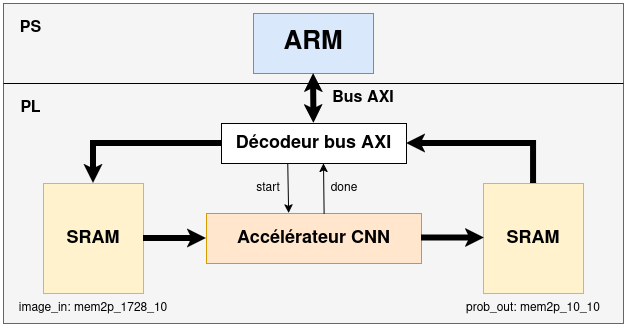
Earlier version of the draw.io export doc/system_hw_sw.png (ammrlhkm/3a-cnn-zybo). Source tidied: cells renumbered, new cells last; positions are measured from the earlier drawing's top-left corner, leaving out a move shared by most shapes. Source of this version:
```xml
<mxGraphModel>
  <root>
    <mxCell id="0" />
    <mxCell id="1" parent="0" />
    <mxCell id="2" style="rounded=0;whiteSpace=wrap;html=1;fillColor=#f5f5f5;strokeColor=#666666;fontColor=#333333;" parent="1" vertex="1">
      <mxGeometry width="620" height="320" as="geometry" />
    </mxCell>
    <mxCell id="3" style="endArrow=none;html=1;rounded=0;entryX=1;entryY=0.25;entryDx=0;entryDy=0;exitX=0;exitY=0.25;exitDx=0;exitDy=0;" parent="1" edge="1" source="2" target="2">
      <mxGeometry relative="1" as="geometry" />
    </mxCell>
    <mxCell id="4" value="&lt;font face=&quot;Helvetica&quot;&gt;&lt;b&gt;&lt;font style=&quot;font-size: 26px; line-height: 100%;&quot;&gt;ARM&lt;/font&gt;&lt;/b&gt;&lt;/font&gt;" style="rounded=0;whiteSpace=wrap;html=1;fillColor=#dae8fc;strokeColor=#6c8ebf;" parent="1" vertex="1">
      <mxGeometry x="250" y="10" width="120" height="60" as="geometry" />
    </mxCell>
    <mxCell id="5" style="endArrow=classic;startArrow=classic;html=1;rounded=0;entryX=0.5;entryY=1;entryDx=0;entryDy=0;strokeWidth=6;startSize=0;endSize=0;exitX=0.5;exitY=0;exitDx=0;exitDy=0;" parent="1" edge="1" source="6" target="4">
      <mxGeometry relative="1" as="geometry" />
    </mxCell>
    <mxCell id="6" value="&lt;font face=&quot;Helvetica&quot;&gt;&lt;b&gt;&lt;font style=&quot;line-height: 100%;&quot;&gt;Décodeur bus AXI&lt;/font&gt;&lt;/b&gt;&lt;/font&gt;" style="rounded=0;whiteSpace=wrap;html=1;fontSize=18;" parent="1" vertex="1">
      <mxGeometry x="218" y="120" width="185" height="40" as="geometry" />
    </mxCell>
    <mxCell id="7" value="&lt;font face=&quot;Helvetica&quot;&gt;&lt;b&gt;&lt;font style=&quot;line-height: 100%;&quot;&gt;Accélérateur CNN&lt;/font&gt;&lt;/b&gt;&lt;/font&gt;" style="rounded=0;whiteSpace=wrap;html=1;fontSize=18;fillColor=#ffe6cc;strokeColor=#d79b00;" parent="1" vertex="1">
      <mxGeometry x="203" y="210" width="215" height="50" as="geometry" />
    </mxCell>
    <mxCell id="8" value="&lt;font face=&quot;Helvetica&quot;&gt;&lt;b&gt;&lt;font style=&quot;line-height: 100%;&quot;&gt;SRAM&lt;/font&gt;&lt;/b&gt;&lt;/font&gt;" style="rounded=0;whiteSpace=wrap;html=1;fontSize=18;fillColor=#fff2cc;strokeColor=#d6b656;" parent="1" vertex="1">
      <mxGeometry x="40" y="180" width="100" height="110" as="geometry" />
    </mxCell>
    <mxCell id="9" value="&lt;font face=&quot;Helvetica&quot;&gt;&lt;b&gt;&lt;font style=&quot;line-height: 100%;&quot;&gt;SRAM&lt;/font&gt;&lt;/b&gt;&lt;/font&gt;" style="rounded=0;whiteSpace=wrap;html=1;fontSize=18;fillColor=#fff2cc;strokeColor=#d6b656;" parent="1" vertex="1">
      <mxGeometry x="480" y="180" width="100" height="110" as="geometry" />
    </mxCell>
    <mxCell id="10" style="endArrow=classic;startArrow=none;html=1;rounded=0;entryX=0.5;entryY=0;entryDx=0;entryDy=0;strokeWidth=6;startSize=0;endSize=0;exitX=0;exitY=0.5;exitDx=0;exitDy=0;startFill=0;" parent="1" edge="1" source="6" target="8">
      <mxGeometry relative="1" as="geometry">
        <Array as="points">
          <mxPoint x="90" y="140" />
        </Array>
      </mxGeometry>
    </mxCell>
    <mxCell id="11" style="endArrow=classic;startArrow=none;html=1;rounded=0;entryX=1;entryY=0.5;entryDx=0;entryDy=0;strokeWidth=6;startSize=0;endSize=0;exitX=0.5;exitY=0;exitDx=0;exitDy=0;startFill=0;" parent="1" edge="1" source="9" target="6">
      <mxGeometry relative="1" as="geometry">
        <Array as="points">
          <mxPoint x="530" y="140" />
        </Array>
      </mxGeometry>
    </mxCell>
    <mxCell id="12" style="endArrow=classic;startArrow=none;html=1;rounded=0;entryX=0;entryY=0.5;entryDx=0;entryDy=0;strokeWidth=6;startSize=0;endSize=0;exitX=1;exitY=0.5;exitDx=0;exitDy=0;startFill=0;" parent="1" edge="1" source="8" target="7">
      <mxGeometry relative="1" as="geometry" />
    </mxCell>
    <mxCell id="13" style="endArrow=classic;startArrow=none;html=1;rounded=0;entryX=0;entryY=0.5;entryDx=0;entryDy=0;strokeWidth=6;startSize=0;endSize=0;exitX=1;exitY=0.5;exitDx=0;exitDy=0;startFill=0;" parent="1" edge="1">
      <mxGeometry relative="1" as="geometry">
        <mxPoint x="418" y="234.5" as="sourcePoint" />
        <mxPoint x="481" y="234.5" as="targetPoint" />
      </mxGeometry>
    </mxCell>
    <mxCell id="14" value="image_in: mem2p_1728_10" style="text;html=1;whiteSpace=wrap;strokeColor=none;fillColor=none;align=center;verticalAlign=middle;rounded=0;" parent="1" vertex="1">
      <mxGeometry x="5" y="290" width="170" height="30" as="geometry" />
    </mxCell>
    <mxCell id="15" value="prob_out: mem2p_10_10" style="text;html=1;whiteSpace=wrap;strokeColor=none;fillColor=none;align=center;verticalAlign=middle;rounded=0;" parent="1" vertex="1">
      <mxGeometry x="445" y="290" width="170" height="30" as="geometry" />
    </mxCell>
    <mxCell id="16" value="&lt;b&gt;Bus AXI&lt;/b&gt;" style="text;html=1;whiteSpace=wrap;strokeColor=none;fillColor=none;align=center;verticalAlign=middle;rounded=0;fontSize=16;" parent="1" vertex="1">
      <mxGeometry x="275" y="80" width="170" height="30" as="geometry" />
    </mxCell>
    <mxCell id="17" value="&lt;div&gt;&lt;b&gt;PS&lt;/b&gt;&lt;/div&gt;" style="text;html=1;whiteSpace=wrap;strokeColor=none;fillColor=none;align=center;verticalAlign=middle;rounded=0;fontSize=16;" parent="1" vertex="1">
      <mxGeometry x="10" y="10" width="35" height="30" as="geometry" />
    </mxCell>
    <mxCell id="18" value="&lt;b&gt;PL&lt;/b&gt;" style="text;html=1;whiteSpace=wrap;strokeColor=none;fillColor=none;align=center;verticalAlign=middle;rounded=0;fontSize=16;" parent="1" vertex="1">
      <mxGeometry x="10" y="90" width="35" height="30" as="geometry" />
    </mxCell>
    <mxCell id="19" style="endArrow=classic;html=1;rounded=0;entryX=0.289;entryY=-0.013;entryDx=0;entryDy=0;exitX=0.25;exitY=1;exitDx=0;exitDy=0;entryPerimeter=0;" parent="1" edge="1">
      <mxGeometry relative="1" as="geometry">
        <mxPoint x="284.2" y="160" as="sourcePoint" />
        <mxPoint x="285.1" y="209.4" as="targetPoint" />
      </mxGeometry>
    </mxCell>
    <mxCell id="20" style="endArrow=none;html=1;rounded=0;entryX=0.547;entryY=0;entryDx=0;entryDy=0;exitX=0.25;exitY=1;exitDx=0;exitDy=0;startArrow=classic;startFill=1;endFill=0;entryPerimeter=0;" parent="1" edge="1" target="7">
      <mxGeometry relative="1" as="geometry">
        <mxPoint x="320" y="160" as="sourcePoint" />
      </mxGeometry>
    </mxCell>
    <mxCell id="21" value="start" style="text;html=1;whiteSpace=wrap;strokeColor=none;fillColor=none;align=center;verticalAlign=middle;rounded=0;" parent="1" vertex="1">
      <mxGeometry x="250" y="170" width="30" height="30" as="geometry" />
    </mxCell>
    <mxCell id="22" value="done" style="text;html=1;whiteSpace=wrap;strokeColor=none;fillColor=none;align=center;verticalAlign=middle;rounded=0;" parent="1" vertex="1">
      <mxGeometry x="321" y="170" width="40" height="30" as="geometry" />
    </mxCell>
  </root>
</mxGraphModel>
```
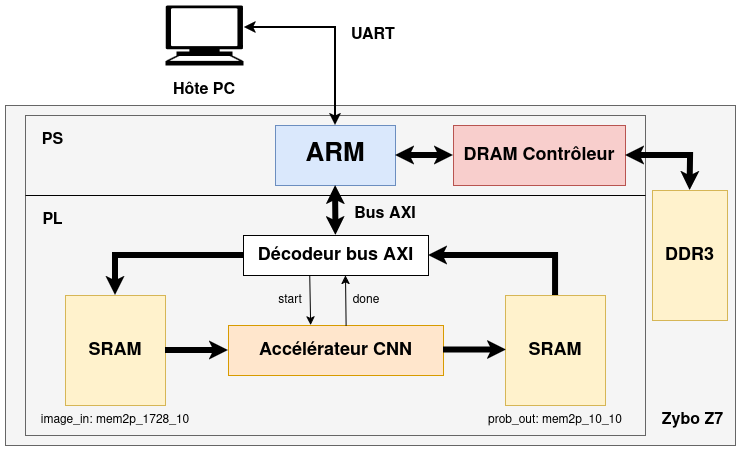
After the change.

The edit, as a diff of the source:
```diff
@@ -2,6 +2,9 @@
   <root>
     <mxCell id="0" />
     <mxCell id="1" parent="0" />
+    <mxCell id="23" style="rounded=0;whiteSpace=wrap;html=1;fillColor=#f5f5f5;strokeColor=#666666;fontColor=#333333;" parent="1" vertex="1">
+      <mxGeometry x="-20" y="-10" width="730" height="340" as="geometry" />
+    </mxCell>
     <mxCell id="2" style="rounded=0;whiteSpace=wrap;html=1;fillColor=#f5f5f5;strokeColor=#666666;fontColor=#333333;" parent="1" vertex="1">
       <mxGeometry width="620" height="320" as="geometry" />
     </mxCell>
@@ -56,7 +59,7 @@
       <mxGeometry x="445" y="290" width="170" height="30" as="geometry" />
     </mxCell>
     <mxCell id="16" value="&lt;b&gt;Bus AXI&lt;/b&gt;" style="text;html=1;whiteSpace=wrap;strokeColor=none;fillColor=none;align=center;verticalAlign=middle;rounded=0;fontSize=16;" parent="1" vertex="1">
-      <mxGeometry x="275" y="80" width="170" height="30" as="geometry" />
+      <mxGeometry x="275" y="84" width="170" height="30" as="geometry" />
     </mxCell>
     <mxCell id="17" value="&lt;div&gt;&lt;b&gt;PS&lt;/b&gt;&lt;/div&gt;" style="text;html=1;whiteSpace=wrap;strokeColor=none;fillColor=none;align=center;verticalAlign=middle;rounded=0;fontSize=16;" parent="1" vertex="1">
       <mxGeometry x="10" y="10" width="35" height="30" as="geometry" />
@@ -81,5 +84,36 @@
     <mxCell id="22" value="done" style="text;html=1;whiteSpace=wrap;strokeColor=none;fillColor=none;align=center;verticalAlign=middle;rounded=0;" parent="1" vertex="1">
       <mxGeometry x="321" y="170" width="40" height="30" as="geometry" />
     </mxCell>
+    <mxCell id="24" value="&lt;b&gt;DDR3&lt;/b&gt;" style="rounded=0;whiteSpace=wrap;html=1;fontSize=18;fillColor=#fff2cc;strokeColor=#d6b656;" parent="1" vertex="1">
+      <mxGeometry x="627" y="75" width="75" height="130" as="geometry" />
+    </mxCell>
+    <mxCell id="25" style="shape=mxgraph.signs.tech.computer;html=1;fillColor=#000000;strokeColor=none;verticalLabelPosition=bottom;verticalAlign=top;align=center;" parent="1" vertex="1">
+      <mxGeometry x="140" y="-110" width="78" height="60" as="geometry" />
+    </mxCell>
+    <mxCell id="26" style="edgeStyle=orthogonalEdgeStyle;rounded=0;jettySize=auto;html=1;exitX=0.5;exitY=0;exitDx=0;exitDy=0;entryX=1.01;entryY=0.367;entryDx=0;entryDy=0;entryPerimeter=0;startArrow=classic;startFill=1;strokeWidth=2;" parent="1" edge="1" source="4" target="25">
+      <mxGeometry relative="1" as="geometry" />
+    </mxCell>
+    <mxCell id="27" value="&lt;b&gt;UART&lt;/b&gt;" style="text;html=1;whiteSpace=wrap;strokeColor=none;fillColor=none;align=center;verticalAlign=middle;rounded=0;fontSize=16;" parent="1" vertex="1">
+      <mxGeometry x="293" y="-95" width="110" height="30" as="geometry" />
+    </mxCell>
+    <mxCell id="28" value="&lt;b&gt;Hôte PC&lt;/b&gt;" style="text;html=1;whiteSpace=wrap;strokeColor=none;fillColor=none;align=center;verticalAlign=middle;rounded=0;fontSize=16;" parent="1" vertex="1">
+      <mxGeometry x="94" y="-40" width="170" height="30" as="geometry" />
+    </mxCell>
+    <mxCell id="29" value="&lt;b&gt;DRAM Contrôleur&lt;/b&gt;" style="rounded=0;whiteSpace=wrap;html=1;fontSize=18;fillColor=#f8cecc;strokeColor=#b85450;" parent="1" vertex="1">
+      <mxGeometry x="428" y="10" width="172" height="60" as="geometry" />
+    </mxCell>
+    <mxCell id="30" style="endArrow=classic;startArrow=classic;html=1;rounded=0;entryX=1;entryY=0.5;entryDx=0;entryDy=0;strokeWidth=6;startSize=0;endSize=0;exitX=0;exitY=0.5;exitDx=0;exitDy=0;startFill=1;" parent="1" edge="1" source="29" target="4">
+      <mxGeometry relative="1" as="geometry" />
+    </mxCell>
+    <mxCell id="31" style="endArrow=classic;startArrow=classic;html=1;rounded=0;entryX=1;entryY=0.5;entryDx=0;entryDy=0;strokeWidth=6;startSize=0;endSize=0;exitX=0.5;exitY=0;exitDx=0;exitDy=0;startFill=1;" parent="1" edge="1" source="24" target="29">
+      <mxGeometry relative="1" as="geometry">
+        <Array as="points">
+          <mxPoint x="665" y="40" />
+        </Array>
+      </mxGeometry>
+    </mxCell>
+    <mxCell id="32" value="&lt;b&gt;Zybo Z7&lt;/b&gt;" style="text;html=1;whiteSpace=wrap;strokeColor=none;fillColor=none;align=center;verticalAlign=middle;rounded=0;fontSize=16;" parent="1" vertex="1">
+      <mxGeometry x="631.5" y="290" width="70.5" height="30" as="geometry" />
+    </mxCell>
   </root>
 </mxGraphModel>
```
